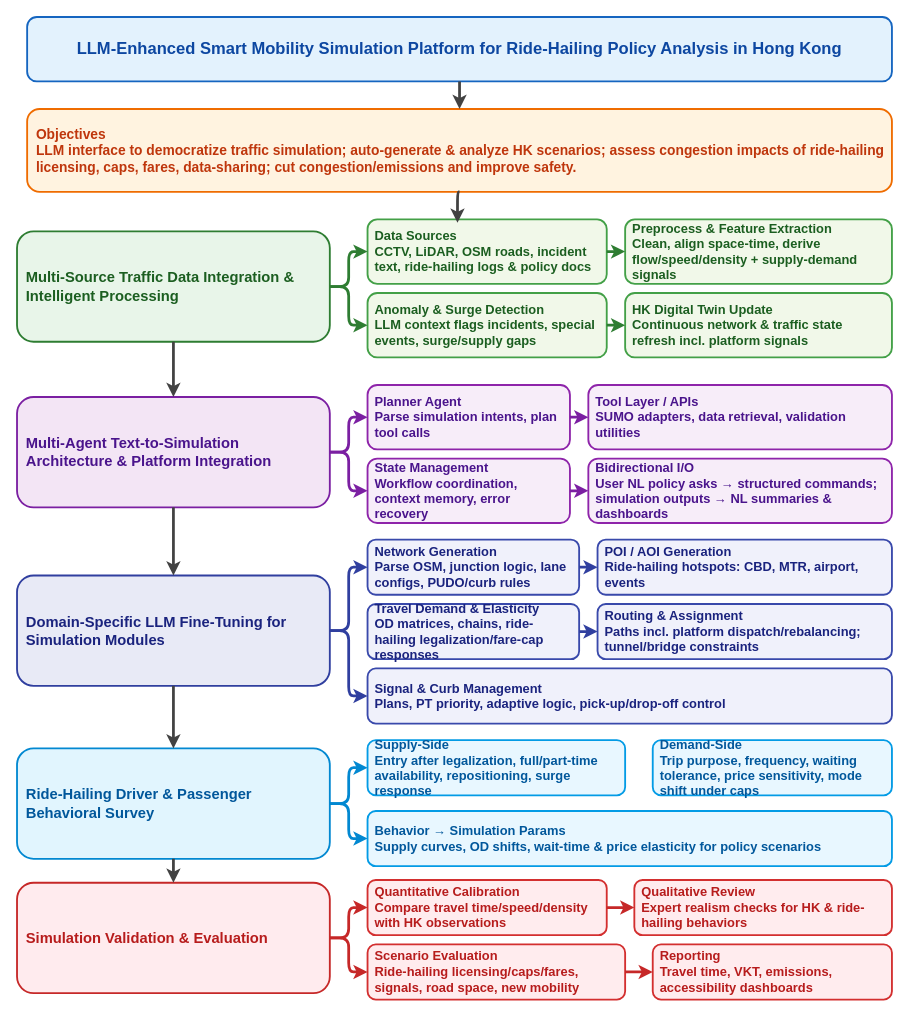
Radar-Lei/STF_HK2025 keeps this draw.io diagram as figs/Text_to_Simulation_Flow.drawio. Above is the earlier version. Source tidied: cells renumbered, new cells numbered last; positions are measured from the earlier drawing's top-left corner, leaving out a move shared by most shapes. Both pictures are drawn from the tidied source at 92%, with x=0, y=0 at pixel (17, 17).
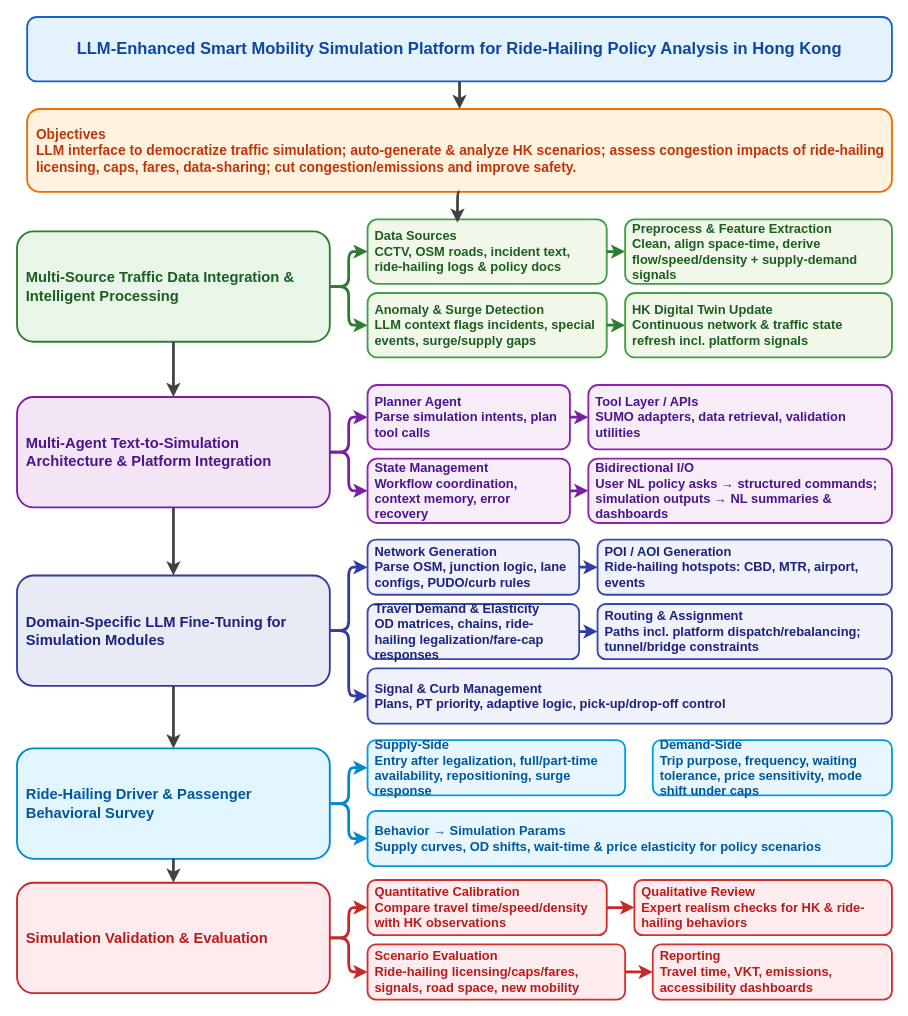
After the change.

The edit, as a diff of the source:
```diff
@@
-    <mxCell id="5" value="&lt;b&gt;Data Sources&lt;/b&gt;&lt;br&gt;CCTV, LiDAR, OSM roads, incident text, ride-hailing logs &amp;amp; policy docs" style="rounded=1;whiteSpace=wrap;html=1;fillColor=#f1f8e9;strokeColor=#43a047;strokeWidth=2;fontSize=14;fontStyle=1;fontColor=#1b5e20;align=left;verticalAlign=middle;spacing=8;" parent="1" vertex="1">
+    <mxCell id="5" value="&lt;b&gt;Data Sources&lt;/b&gt;&lt;br&gt;CCTV,  OSM roads, incident text, ride-hailing logs &amp;amp; policy docs" style="rounded=1;whiteSpace=wrap;html=1;fillColor=#f1f8e9;strokeColor=#43a047;strokeWidth=2;fontSize=14;fontStyle=1;fontColor=#1b5e20;align=left;verticalAlign=middle;spacing=8;" parent="1" vertex="1">
       <mxGeometry x="381" y="220" width="260" height="70" as="geometry" />
     </mxCell>
```
